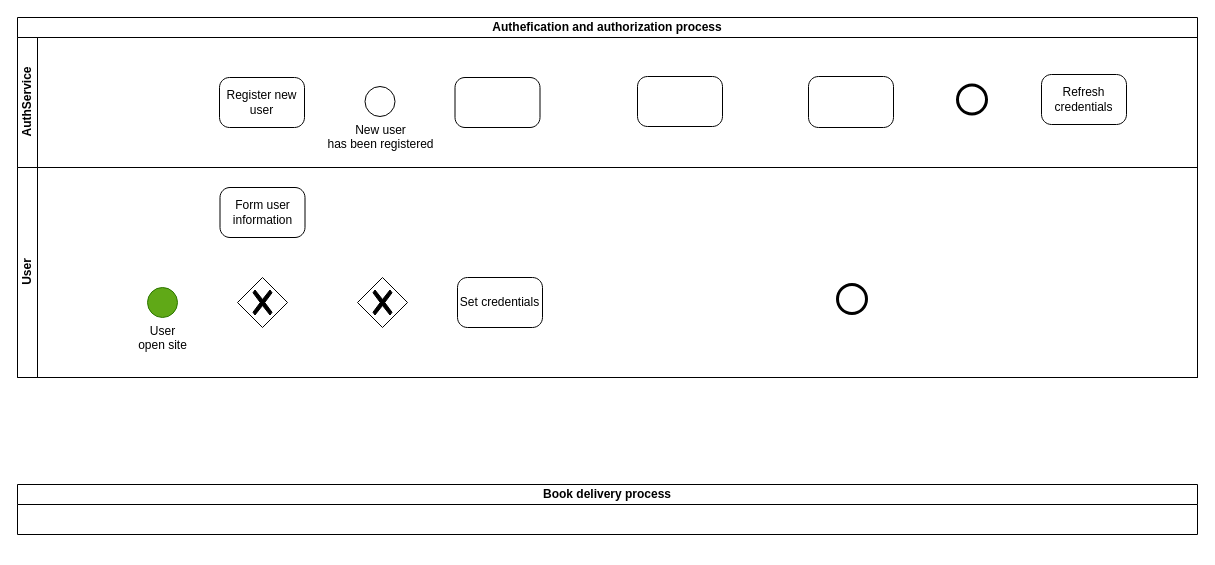
Before: docs/auth_bpmn.drawio in semwett0301/blps-labs, a draw.io diagram. Source tidied: cells renumbered, new cells numbered last; positions are measured from the earlier drawing's top-left corner, leaving out a move shared by most shapes. Both pictures are drawn from the tidied source at 100%, with x=0, y=0 at pixel (17, 17).
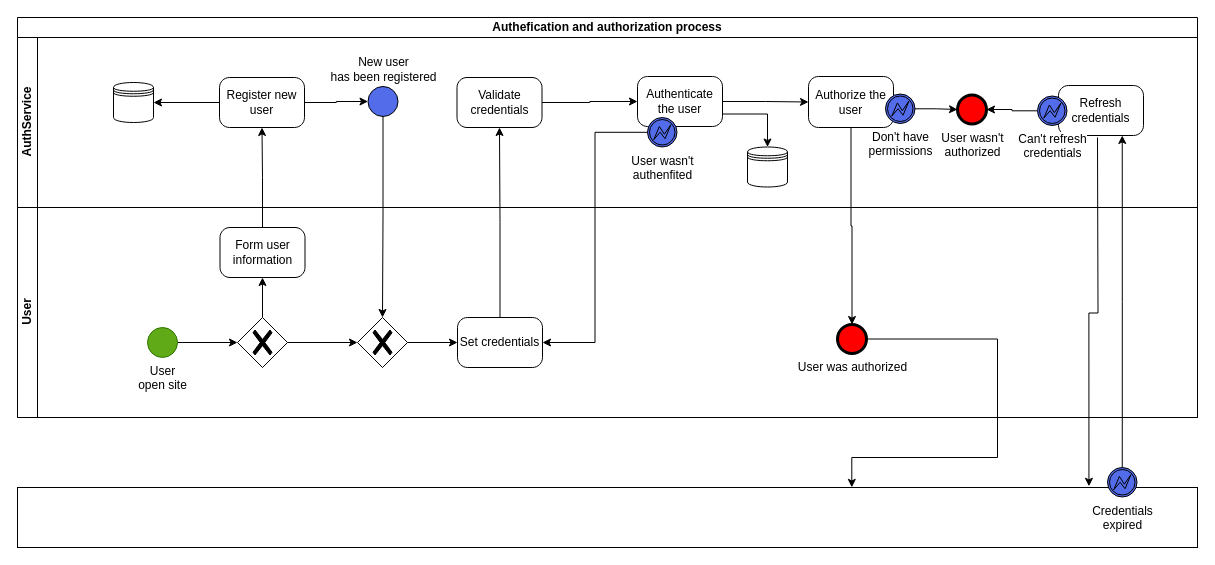
After the change.

Unchanged cells that the change refers to:
```xml
<mxCell id="4" value="Register new user" style="points=[[0.25,0,0],[0.5,0,0],[0.75,0,0],[1,0.25,0],[1,0.5,0],[1,0.75,0],[0.75,1,0],[0.5,1,0],[0.25,1,0],[0,0.75,0],[0,0.5,0],[0,0.25,0]];shape=mxgraph.bpmn.task;whiteSpace=wrap;rectStyle=rounded;size=10;html=1;taskMarker=abstract;" parent="3" vertex="1">
  <mxGeometry x="202" y="40" width="85" height="50" as="geometry" />
</mxCell>
<mxCell id="12" value="&lt;font color=&quot;#000000&quot;&gt;User &lt;br&gt;open site&lt;/font&gt;" style="points=[[0.145,0.145,0],[0.5,0,0],[0.855,0.145,0],[1,0.5,0],[0.855,0.855,0],[0.5,1,0],[0.145,0.855,0],[0,0.5,0]];shape=mxgraph.bpmn.event;html=1;verticalLabelPosition=bottom;labelBackgroundColor=#ffffff;verticalAlign=top;align=center;perimeter=ellipsePerimeter;outlineConnect=0;outline=standard;symbol=general;fillColor=#60a917;fontColor=#ffffff;strokeColor=#2D7600;" parent="11" vertex="1">
  <mxGeometry x="130" y="120" width="30" height="30" as="geometry" />
</mxCell>
<mxCell id="13" style="points=[[0.25,0.25,0],[0.5,0,0],[0.75,0.25,0],[1,0.5,0],[0.75,0.75,0],[0.5,1,0],[0.25,0.75,0],[0,0.5,0]];shape=mxgraph.bpmn.gateway2;html=1;verticalLabelPosition=bottom;labelBackgroundColor=#ffffff;verticalAlign=top;align=center;perimeter=rhombusPerimeter;outlineConnect=0;outline=none;symbol=none;gwType=exclusive;" parent="11" vertex="1">
  <mxGeometry x="220" y="110" width="50" height="50" as="geometry" />
</mxCell>
<mxCell id="14" value="Set credentials" style="points=[[0.25,0,0],[0.5,0,0],[0.75,0,0],[1,0.25,0],[1,0.5,0],[1,0.75,0],[0.75,1,0],[0.5,1,0],[0.25,1,0],[0,0.75,0],[0,0.5,0],[0,0.25,0]];shape=mxgraph.bpmn.task;whiteSpace=wrap;rectStyle=rounded;size=10;html=1;taskMarker=abstract;" parent="11" vertex="1">
  <mxGeometry x="440" y="110" width="85" height="50" as="geometry" />
</mxCell>
<mxCell id="15" value="Form user information" style="points=[[0.25,0,0],[0.5,0,0],[0.75,0,0],[1,0.25,0],[1,0.5,0],[1,0.75,0],[0.75,1,0],[0.5,1,0],[0.25,1,0],[0,0.75,0],[0,0.5,0],[0,0.25,0]];shape=mxgraph.bpmn.task;whiteSpace=wrap;rectStyle=rounded;size=10;html=1;taskMarker=abstract;" parent="11" vertex="1">
  <mxGeometry x="202.5" y="20" width="85" height="50" as="geometry" />
</mxCell>
<mxCell id="16" style="points=[[0.25,0.25,0],[0.5,0,0],[0.75,0.25,0],[1,0.5,0],[0.75,0.75,0],[0.5,1,0],[0.25,0.75,0],[0,0.5,0]];shape=mxgraph.bpmn.gateway2;html=1;verticalLabelPosition=bottom;labelBackgroundColor=#ffffff;verticalAlign=top;align=center;perimeter=rhombusPerimeter;outlineConnect=0;outline=none;symbol=none;gwType=exclusive;" parent="11" vertex="1">
  <mxGeometry x="340" y="110" width="50" height="50" as="geometry" />
</mxCell>
```

Change to the diagram source:
```diff
@@
     <mxCell id="2" value="Authefication and authorization process" style="swimlane;html=1;horizontal=1;startSize=20;whiteSpace=wrap;" parent="1" vertex="1">
-      <mxGeometry width="1180" height="360" as="geometry" />
+      <mxGeometry width="1180" height="400" as="geometry" />
     </mxCell>
     <mxCell id="3" value="AuthService" style="swimlane;html=1;startSize=20;horizontal=0;" parent="2" vertex="1">
-      <mxGeometry y="20" width="1180" height="130" as="geometry" />
+      <mxGeometry y="20" width="1180" height="170" as="geometry" />
     </mxCell>
+    <mxCell id="19" style="edgeStyle=orthogonalEdgeStyle;rounded=0;jettySize=auto;html=1;entryX=0;entryY=0.5;entryDx=0;entryDy=0;entryPerimeter=0;" parent="3" edge="1" source="4" target="5">
+      <mxGeometry relative="1" as="geometry" />
+    </mxCell>
+    <mxCell id="20" style="edgeStyle=orthogonalEdgeStyle;rounded=0;jettySize=auto;html=1;entryX=1;entryY=0.5;entryDx=0;entryDy=0;" parent="3" edge="1" source="4" target="29">
+      <mxGeometry relative="1" as="geometry" />
+    </mxCell>
@@
-    <mxCell id="5" value="New user&lt;br&gt;has been registered" style="points=[[0.145,0.145,0],[0.5,0,0],[0.855,0.145,0],[1,0.5,0],[0.855,0.855,0],[0.5,1,0],[0.145,0.855,0],[0,0.5,0]];shape=mxgraph.bpmn.event;html=1;verticalLabelPosition=bottom;labelBackgroundColor=#ffffff;verticalAlign=top;align=center;perimeter=ellipsePerimeter;outlineConnect=0;outline=standard;symbol=general;" parent="3" vertex="1">
-      <mxGeometry x="347.5" y="49" width="30" height="30" as="geometry" />
+    <mxCell id="5" value="New user&lt;br&gt;has been registered" style="points=[[0.145,0.145,0],[0.5,0,0],[0.855,0.145,0],[1,0.5,0],[0.855,0.855,0],[0.5,1,0],[0.145,0.855,0],[0,0.5,0]];shape=mxgraph.bpmn.event;html=1;verticalLabelPosition=top;labelBackgroundColor=#ffffff;verticalAlign=bottom;align=center;perimeter=ellipsePerimeter;outlineConnect=0;outline=standard;symbol=general;fillColor=#536cea;labelPosition=center;" parent="3" vertex="1">
+      <mxGeometry x="350.5" y="49" width="30" height="30" as="geometry" />
     </mxCell>
+    <mxCell id="21" style="edgeStyle=orthogonalEdgeStyle;rounded=0;jettySize=auto;html=1;" parent="3" edge="1" source="6" target="7">
+      <mxGeometry relative="1" as="geometry" />
+    </mxCell>
-    <mxCell id="6" style="points=[[0.25,0,0],[0.5,0,0],[0.75,0,0],[1,0.25,0],[1,0.5,0],[1,0.75,0],[0.75,1,0],[0.5,1,0],[0.25,1,0],[0,0.75,0],[0,0.5,0],[0,0.25,0]];shape=mxgraph.bpmn.task;whiteSpace=wrap;rectStyle=rounded;size=10;html=1;taskMarker=abstract;" parent="3" vertex="1">
-      <mxGeometry x="437.5" y="40" width="85" height="50" as="geometry" />
+    <mxCell id="6" value="Validate credentials" style="points=[[0.25,0,0],[0.5,0,0],[0.75,0,0],[1,0.25,0],[1,0.5,0],[1,0.75,0],[0.75,1,0],[0.5,1,0],[0.25,1,0],[0,0.75,0],[0,0.5,0],[0,0.25,0]];shape=mxgraph.bpmn.task;whiteSpace=wrap;rectStyle=rounded;size=10;html=1;taskMarker=abstract;" parent="3" vertex="1">
+      <mxGeometry x="439.5" y="40" width="85" height="50" as="geometry" />
     </mxCell>
+    <mxCell id="22" style="edgeStyle=orthogonalEdgeStyle;rounded=0;jettySize=auto;html=1;entryX=0;entryY=0.5;entryDx=0;entryDy=0;entryPerimeter=0;" parent="3" edge="1" source="7" target="8">
+      <mxGeometry relative="1" as="geometry" />
+    </mxCell>
+    <mxCell id="23" style="edgeStyle=orthogonalEdgeStyle;rounded=0;jettySize=auto;html=1;exitX=1;exitY=0.75;exitDx=0;exitDy=0;exitPerimeter=0;entryX=0.5;entryY=0;entryDx=0;entryDy=0;" parent="3" edge="1" source="7" target="30">
+      <mxGeometry relative="1" as="geometry" />
+    </mxCell>
-    <mxCell id="7" style="points=[[0.25,0,0],[0.5,0,0],[0.75,0,0],[1,0.25,0],[1,0.5,0],[1,0.75,0],[0.75,1,0],[0.5,1,0],[0.25,1,0],[0,0.75,0],[0,0.5,0],[0,0.25,0]];shape=mxgraph.bpmn.task;whiteSpace=wrap;rectStyle=rounded;size=10;html=1;taskMarker=abstract;" parent="3" vertex="1">
+    <mxCell id="7" value="Authenticate the user" style="points=[[0.25,0,0],[0.5,0,0],[0.75,0,0],[1,0.25,0],[1,0.5,0],[1,0.75,0],[0.75,1,0],[0.5,1,0],[0.25,1,0],[0,0.75,0],[0,0.5,0],[0,0.25,0]];shape=mxgraph.bpmn.task;whiteSpace=wrap;rectStyle=rounded;size=10;html=1;taskMarker=abstract;" parent="3" vertex="1">
       <mxGeometry x="620" y="39" width="85" height="50" as="geometry" />
     </mxCell>
-    <mxCell id="8" style="points=[[0.25,0,0],[0.5,0,0],[0.75,0,0],[1,0.25,0],[1,0.5,0],[1,0.75,0],[0.75,1,0],[0.5,1,0],[0.25,1,0],[0,0.75,0],[0,0.5,0],[0,0.25,0]];shape=mxgraph.bpmn.task;whiteSpace=wrap;rectStyle=rounded;size=10;html=1;taskMarker=abstract;" parent="3" vertex="1">
+    <mxCell id="8" value="Authorize the user" style="points=[[0.25,0,0],[0.5,0,0],[0.75,0,0],[1,0.25,0],[1,0.5,0],[1,0.75,0],[0.75,1,0],[0.5,1,0],[0.25,1,0],[0,0.75,0],[0,0.5,0],[0,0.25,0]];shape=mxgraph.bpmn.task;whiteSpace=wrap;rectStyle=rounded;size=10;html=1;taskMarker=abstract;" parent="3" vertex="1">
       <mxGeometry x="791" y="39" width="85" height="51" as="geometry" />
     </mxCell>
     <mxCell id="9" value="Refresh&lt;br&gt;credentials" style="points=[[0.25,0,0],[0.5,0,0],[0.75,0,0],[1,0.25,0],[1,0.5,0],[1,0.75,0],[0.75,1,0],[0.5,1,0],[0.25,1,0],[0,0.75,0],[0,0.5,0],[0,0.25,0]];shape=mxgraph.bpmn.task;whiteSpace=wrap;rectStyle=rounded;size=10;html=1;taskMarker=abstract;" parent="3" vertex="1">
-      <mxGeometry x="1024" y="37" width="85" height="50" as="geometry" />
+      <mxGeometry x="1041" y="48" width="85" height="50" as="geometry" />
     </mxCell>
-    <mxCell id="10" style="points=[[0.145,0.145,0],[0.5,0,0],[0.855,0.145,0],[1,0.5,0],[0.855,0.855,0],[0.5,1,0],[0.145,0.855,0],[0,0.5,0]];shape=mxgraph.bpmn.event;html=1;verticalLabelPosition=bottom;labelBackgroundColor=#ffffff;verticalAlign=top;align=center;perimeter=ellipsePerimeter;outlineConnect=0;outline=end;symbol=terminate2;" parent="3" vertex="1">
-      <mxGeometry x="940" y="47.5" width="29" height="29" as="geometry" />
+    <mxCell id="10" value="User wasn't&lt;br&gt;authorized" style="points=[[0.145,0.145,0],[0.5,0,0],[0.855,0.145,0],[1,0.5,0],[0.855,0.855,0],[0.5,1,0],[0.145,0.855,0],[0,0.5,0]];shape=mxgraph.bpmn.event;html=1;verticalLabelPosition=bottom;labelBackgroundColor=#ffffff;verticalAlign=top;align=center;perimeter=ellipsePerimeter;outlineConnect=0;outline=end;symbol=terminate2;fillColor=#FF0000;" parent="3" vertex="1">
+      <mxGeometry x="940" y="57.5" width="29" height="29" as="geometry" />
     </mxCell>
+    <mxCell id="24" value="User wasn't&lt;br&gt;authenfited" style="points=[[0.145,0.145,0],[0.5,0,0],[0.855,0.145,0],[1,0.5,0],[0.855,0.855,0],[0.5,1,0],[0.145,0.855,0],[0,0.5,0]];shape=mxgraph.bpmn.event;html=1;verticalLabelPosition=bottom;labelBackgroundColor=default;verticalAlign=top;align=center;perimeter=ellipsePerimeter;outlineConnect=0;outline=boundInt;symbol=error;fillColor=#536cea;" parent="3" vertex="1">
+      <mxGeometry x="630" y="80" width="29.5" height="29.5" as="geometry" />
+    </mxCell>
+    <mxCell id="25" style="edgeStyle=orthogonalEdgeStyle;rounded=0;jettySize=auto;html=1;" parent="3" edge="1" source="26" target="10">
+      <mxGeometry relative="1" as="geometry" />
+    </mxCell>
+    <mxCell id="26" value="Don't have&lt;br&gt;permissions" style="points=[[0.145,0.145,0],[0.5,0,0],[0.855,0.145,0],[1,0.5,0],[0.855,0.855,0],[0.5,1,0],[0.145,0.855,0],[0,0.5,0]];shape=mxgraph.bpmn.event;html=1;verticalLabelPosition=bottom;labelBackgroundColor=#ffffff;verticalAlign=top;align=center;perimeter=ellipsePerimeter;outlineConnect=0;outline=boundInt;symbol=error;fillColor=#536cea;" parent="3" vertex="1">
+      <mxGeometry x="868" y="56.5" width="29.5" height="29.5" as="geometry" />
+    </mxCell>
+    <mxCell id="27" style="edgeStyle=orthogonalEdgeStyle;rounded=0;jettySize=auto;html=1;" parent="3" edge="1" source="28" target="10">
+      <mxGeometry relative="1" as="geometry" />
+    </mxCell>
+    <mxCell id="28" value="Can't refresh&lt;br&gt;credentials" style="points=[[0.145,0.145,0],[0.5,0,0],[0.855,0.145,0],[1,0.5,0],[0.855,0.855,0],[0.5,1,0],[0.145,0.855,0],[0,0.5,0]];shape=mxgraph.bpmn.event;html=1;verticalLabelPosition=bottom;labelBackgroundColor=#ffffff;verticalAlign=top;align=center;perimeter=ellipsePerimeter;outlineConnect=0;outline=boundInt;symbol=error;fillColor=#536cea;" parent="3" vertex="1">
+      <mxGeometry x="1020" y="58.5" width="29.5" height="29.5" as="geometry" />
+    </mxCell>
+    <mxCell id="29" style="shape=datastore;html=1;labelPosition=center;verticalLabelPosition=bottom;align=center;verticalAlign=top;" parent="3" vertex="1">
+      <mxGeometry x="96" y="45" width="40" height="40" as="geometry" />
+    </mxCell>
+    <mxCell id="30" style="shape=datastore;html=1;labelPosition=center;verticalLabelPosition=bottom;align=center;verticalAlign=top;" parent="3" vertex="1">
+      <mxGeometry x="730" y="109.5" width="40" height="40" as="geometry" />
+    </mxCell>
     <mxCell id="11" value="User" style="swimlane;html=1;startSize=20;horizontal=0;" parent="2" vertex="1">
-      <mxGeometry y="150" width="1180" height="210" as="geometry" />
+      <mxGeometry y="190" width="1180" height="210" as="geometry" />
     </mxCell>
+    <mxCell id="31" style="edgeStyle=orthogonalEdgeStyle;rounded=0;jettySize=auto;html=1;" parent="11" edge="1" source="12" target="13">
+      <mxGeometry relative="1" as="geometry" />
+    </mxCell>
@@
+    <mxCell id="32" style="edgeStyle=orthogonalEdgeStyle;rounded=0;jettySize=auto;html=1;entryX=0.5;entryY=1;entryDx=0;entryDy=0;entryPerimeter=0;" parent="11" edge="1" source="13" target="15">
+      <mxGeometry relative="1" as="geometry" />
+    </mxCell>
+    <mxCell id="33" style="edgeStyle=orthogonalEdgeStyle;rounded=0;jettySize=auto;html=1;entryX=0;entryY=0.5;entryDx=0;entryDy=0;entryPerimeter=0;" parent="11" edge="1" source="13" target="16">
+      <mxGeometry relative="1" as="geometry" />
+    </mxCell>
@@
+    <mxCell id="34" style="edgeStyle=orthogonalEdgeStyle;rounded=0;jettySize=auto;html=1;entryX=0;entryY=0.5;entryDx=0;entryDy=0;entryPerimeter=0;" parent="11" edge="1" source="16" target="14">
+      <mxGeometry relative="1" as="geometry" />
+    </mxCell>
@@
-    <mxCell id="17" style="points=[[0.145,0.145,0],[0.5,0,0],[0.855,0.145,0],[1,0.5,0],[0.855,0.855,0],[0.5,1,0],[0.145,0.855,0],[0,0.5,0]];shape=mxgraph.bpmn.event;html=1;verticalLabelPosition=bottom;labelBackgroundColor=#ffffff;verticalAlign=top;align=center;perimeter=ellipsePerimeter;outlineConnect=0;outline=end;symbol=terminate2;" parent="11" vertex="1">
+    <mxCell id="17" value="User was authorized" style="points=[[0.145,0.145,0],[0.5,0,0],[0.855,0.145,0],[1,0.5,0],[0.855,0.855,0],[0.5,1,0],[0.145,0.855,0],[0,0.5,0]];shape=mxgraph.bpmn.event;html=1;verticalLabelPosition=bottom;labelBackgroundColor=#ffffff;verticalAlign=top;align=center;perimeter=ellipsePerimeter;outlineConnect=0;outline=end;symbol=terminate2;fillColor=#FF0000;labelPosition=center;textDirection=ltr;" parent="11" vertex="1">
       <mxGeometry x="820" y="117" width="29" height="29" as="geometry" />
     </mxCell>
-    <mxCell id="18" value="Book delivery process" style="swimlane;html=1;horizontal=1;startSize=20;whiteSpace=wrap;" parent="1" vertex="1" collapsed="1">
-      <mxGeometry y="467" width="1180" height="50" as="geometry" />
-    </mxCell>
+    <mxCell id="35" style="edgeStyle=orthogonalEdgeStyle;rounded=0;jettySize=auto;html=1;entryX=0.5;entryY=0;entryDx=0;entryDy=0;entryPerimeter=0;" parent="2" edge="1" source="8" target="17">
+      <mxGeometry relative="1" as="geometry" />
+    </mxCell>
+    <mxCell id="36" style="edgeStyle=orthogonalEdgeStyle;rounded=0;jettySize=auto;html=1;entryX=0.5;entryY=1;entryDx=0;entryDy=0;entryPerimeter=0;" parent="2" edge="1" source="15" target="4">
+      <mxGeometry relative="1" as="geometry" />
+    </mxCell>
+    <mxCell id="37" style="edgeStyle=orthogonalEdgeStyle;rounded=0;jettySize=auto;html=1;entryX=0.5;entryY=0;entryDx=0;entryDy=0;entryPerimeter=0;" parent="2" edge="1" source="5" target="16">
+      <mxGeometry relative="1" as="geometry" />
+    </mxCell>
+    <mxCell id="38" style="edgeStyle=orthogonalEdgeStyle;rounded=0;jettySize=auto;html=1;entryX=0.5;entryY=1;entryDx=0;entryDy=0;entryPerimeter=0;" parent="2" edge="1" source="14" target="6">
+      <mxGeometry relative="1" as="geometry" />
+    </mxCell>
+    <mxCell id="39" style="edgeStyle=orthogonalEdgeStyle;rounded=0;jettySize=auto;html=1;entryX=1;entryY=0.5;entryDx=0;entryDy=0;entryPerimeter=0;" parent="2" edge="1" source="24" target="14">
+      <mxGeometry relative="1" as="geometry" />
+    </mxCell>
+    <mxCell id="40" style="edgeStyle=orthogonalEdgeStyle;rounded=0;jettySize=auto;html=1;entryX=0.707;entryY=0.057;entryDx=0;entryDy=0;entryPerimeter=0;exitX=1;exitY=0.5;exitDx=0;exitDy=0;exitPerimeter=0;" parent="1" edge="1" source="17">
+      <mxGeometry relative="1" as="geometry">
+        <mxPoint x="834.3" y="469.9" as="targetPoint" />
+        <Array as="points">
+          <mxPoint x="980" y="321" />
+          <mxPoint x="980" y="440" />
+          <mxPoint x="834" y="440" />
+        </Array>
+      </mxGeometry>
+    </mxCell>
+    <mxCell id="41" style="rounded=0;whiteSpace=wrap;html=1;" parent="1" vertex="1">
+      <mxGeometry y="470" width="1180" height="60" as="geometry" />
+    </mxCell>
+    <mxCell id="42" style="edgeStyle=orthogonalEdgeStyle;rounded=0;jettySize=auto;html=1;entryX=0.75;entryY=1;entryDx=0;entryDy=0;entryPerimeter=0;" parent="1" edge="1" source="43" target="9">
+      <mxGeometry relative="1" as="geometry" />
+    </mxCell>
+    <mxCell id="43" value="Credentials&lt;br&gt;expired" style="points=[[0.145,0.145,0],[0.5,0,0],[0.855,0.145,0],[1,0.5,0],[0.855,0.855,0],[0.5,1,0],[0.145,0.855,0],[0,0.5,0]];shape=mxgraph.bpmn.event;html=1;verticalLabelPosition=bottom;labelBackgroundColor=default;verticalAlign=top;align=center;perimeter=ellipsePerimeter;outlineConnect=0;outline=boundInt;symbol=error;fillColor=#536cea;" parent="1" vertex="1">
+      <mxGeometry x="1090" y="450" width="29.5" height="29.5" as="geometry" />
+    </mxCell>
+    <mxCell id="44" style="edgeStyle=orthogonalEdgeStyle;rounded=0;jettySize=auto;html=1;entryX=0.908;entryY=-0.02;entryDx=0;entryDy=0;entryPerimeter=0;" parent="1" edge="1" target="41">
+      <mxGeometry relative="1" as="geometry">
+        <mxPoint x="1080" y="120" as="sourcePoint" />
+      </mxGeometry>
+    </mxCell>
```
